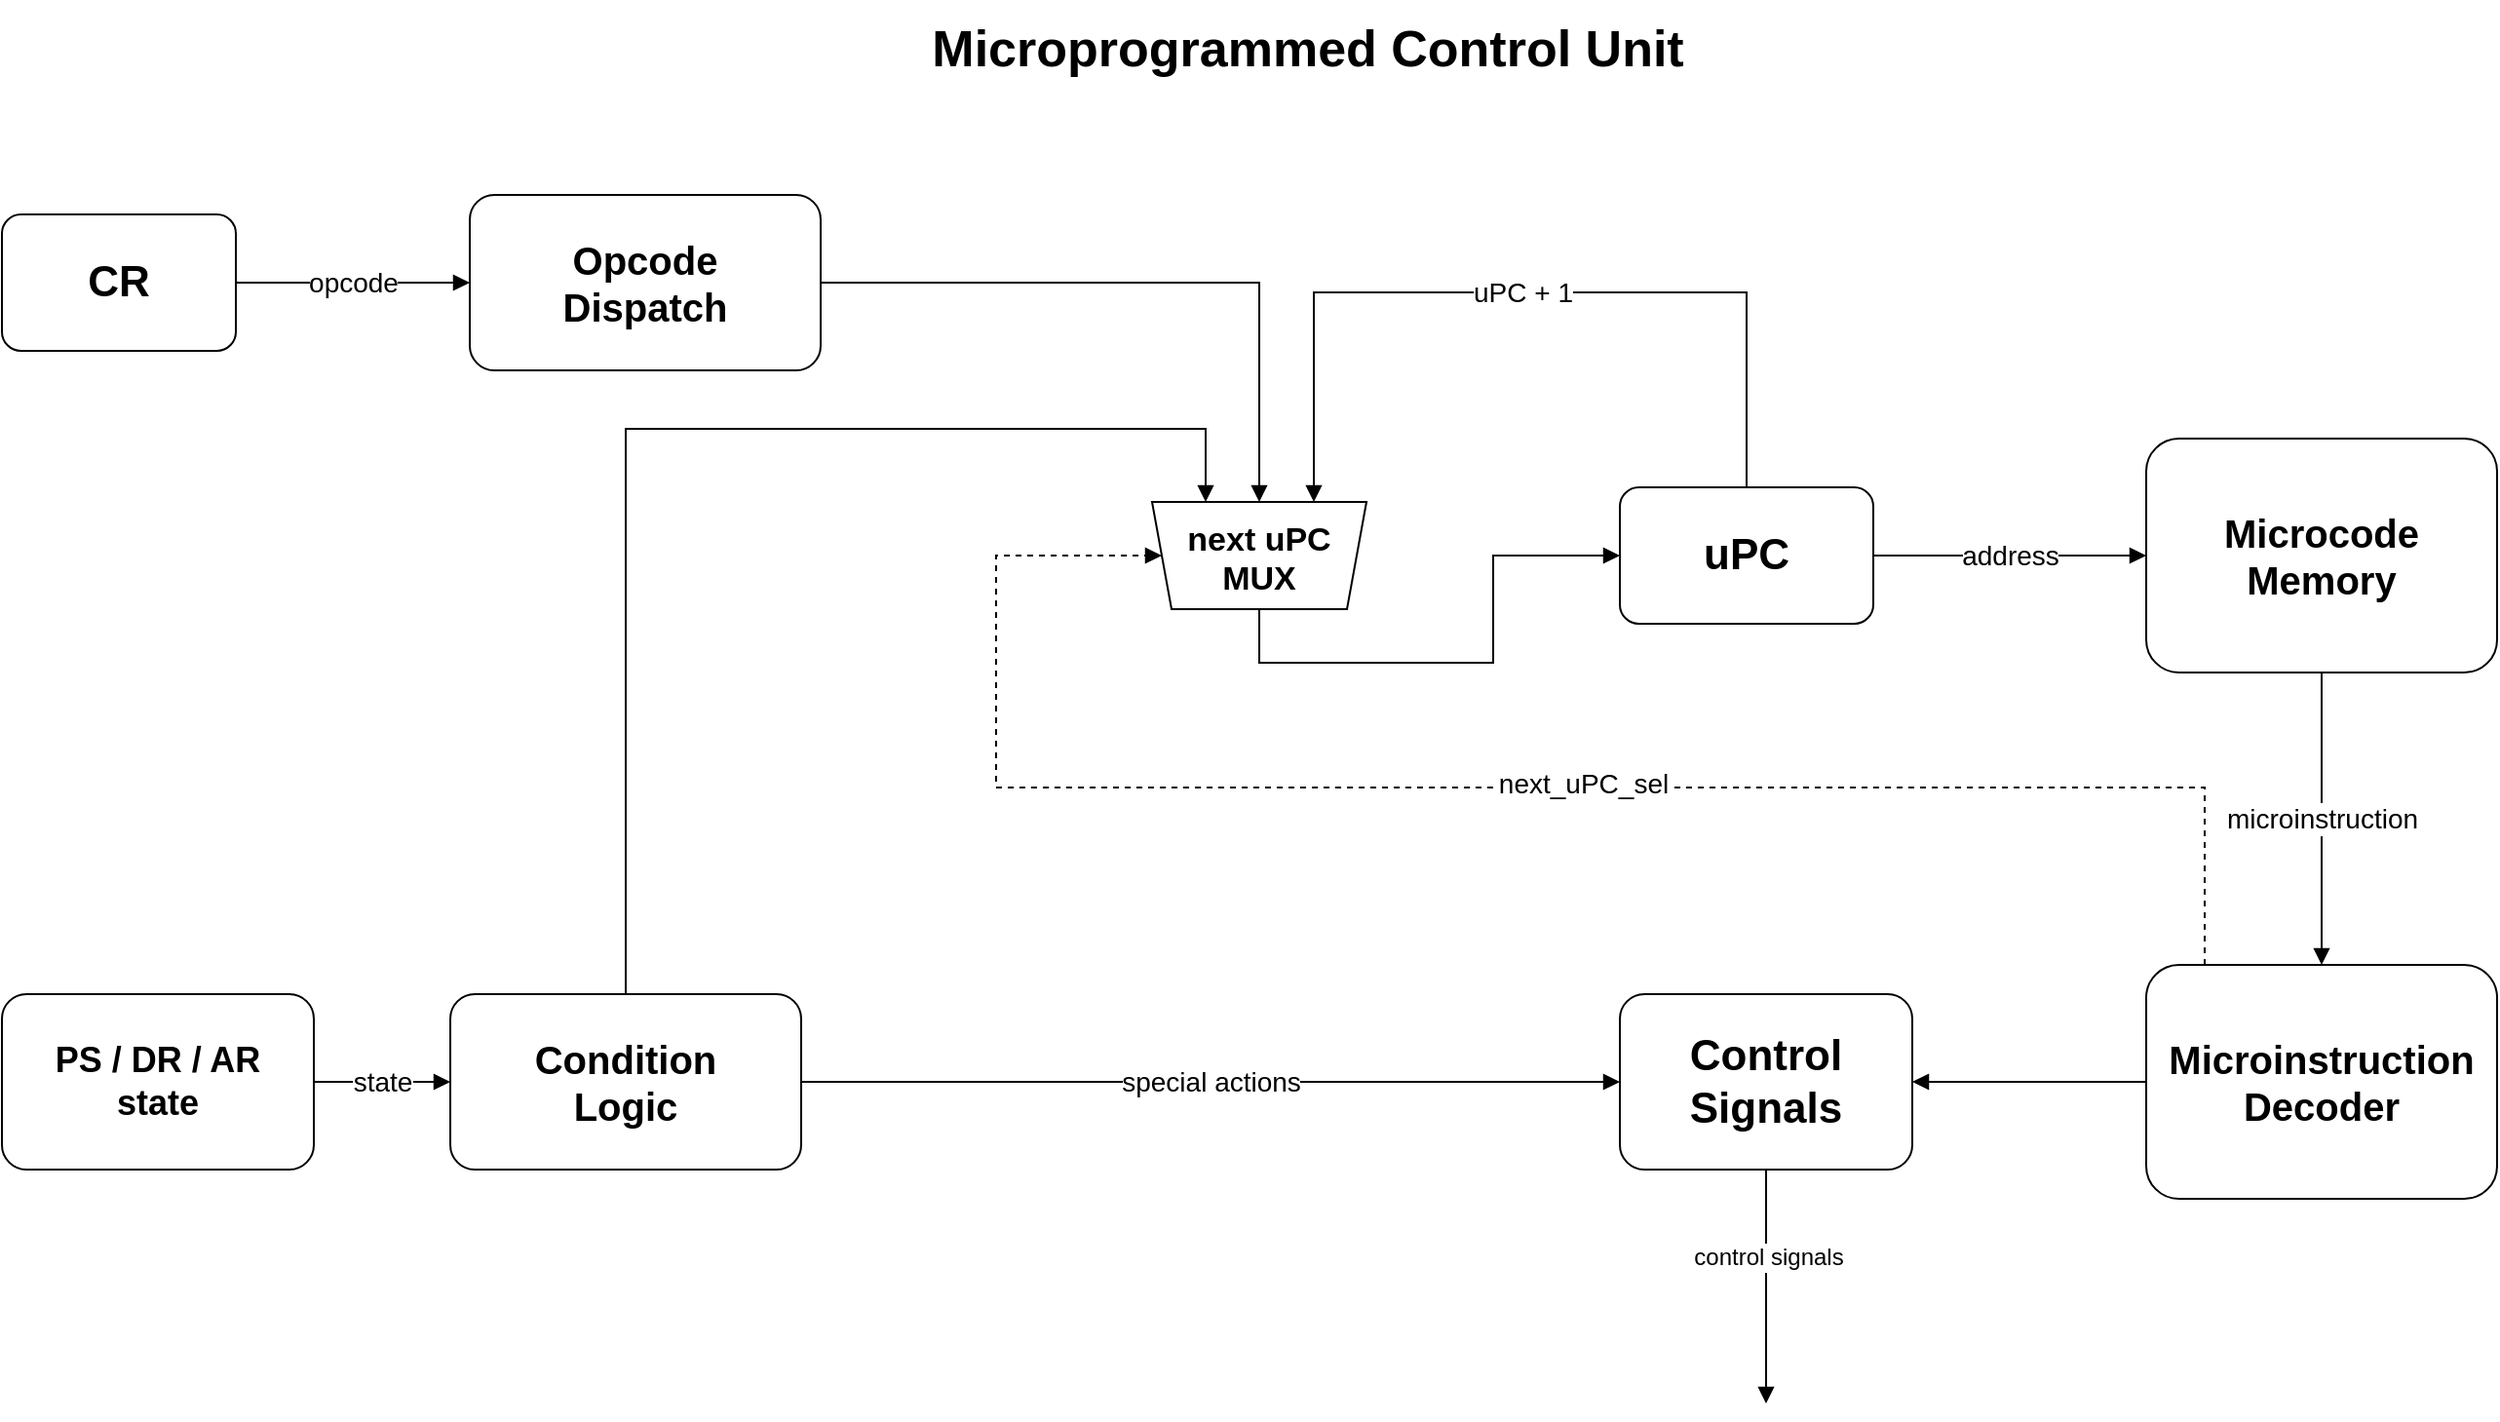
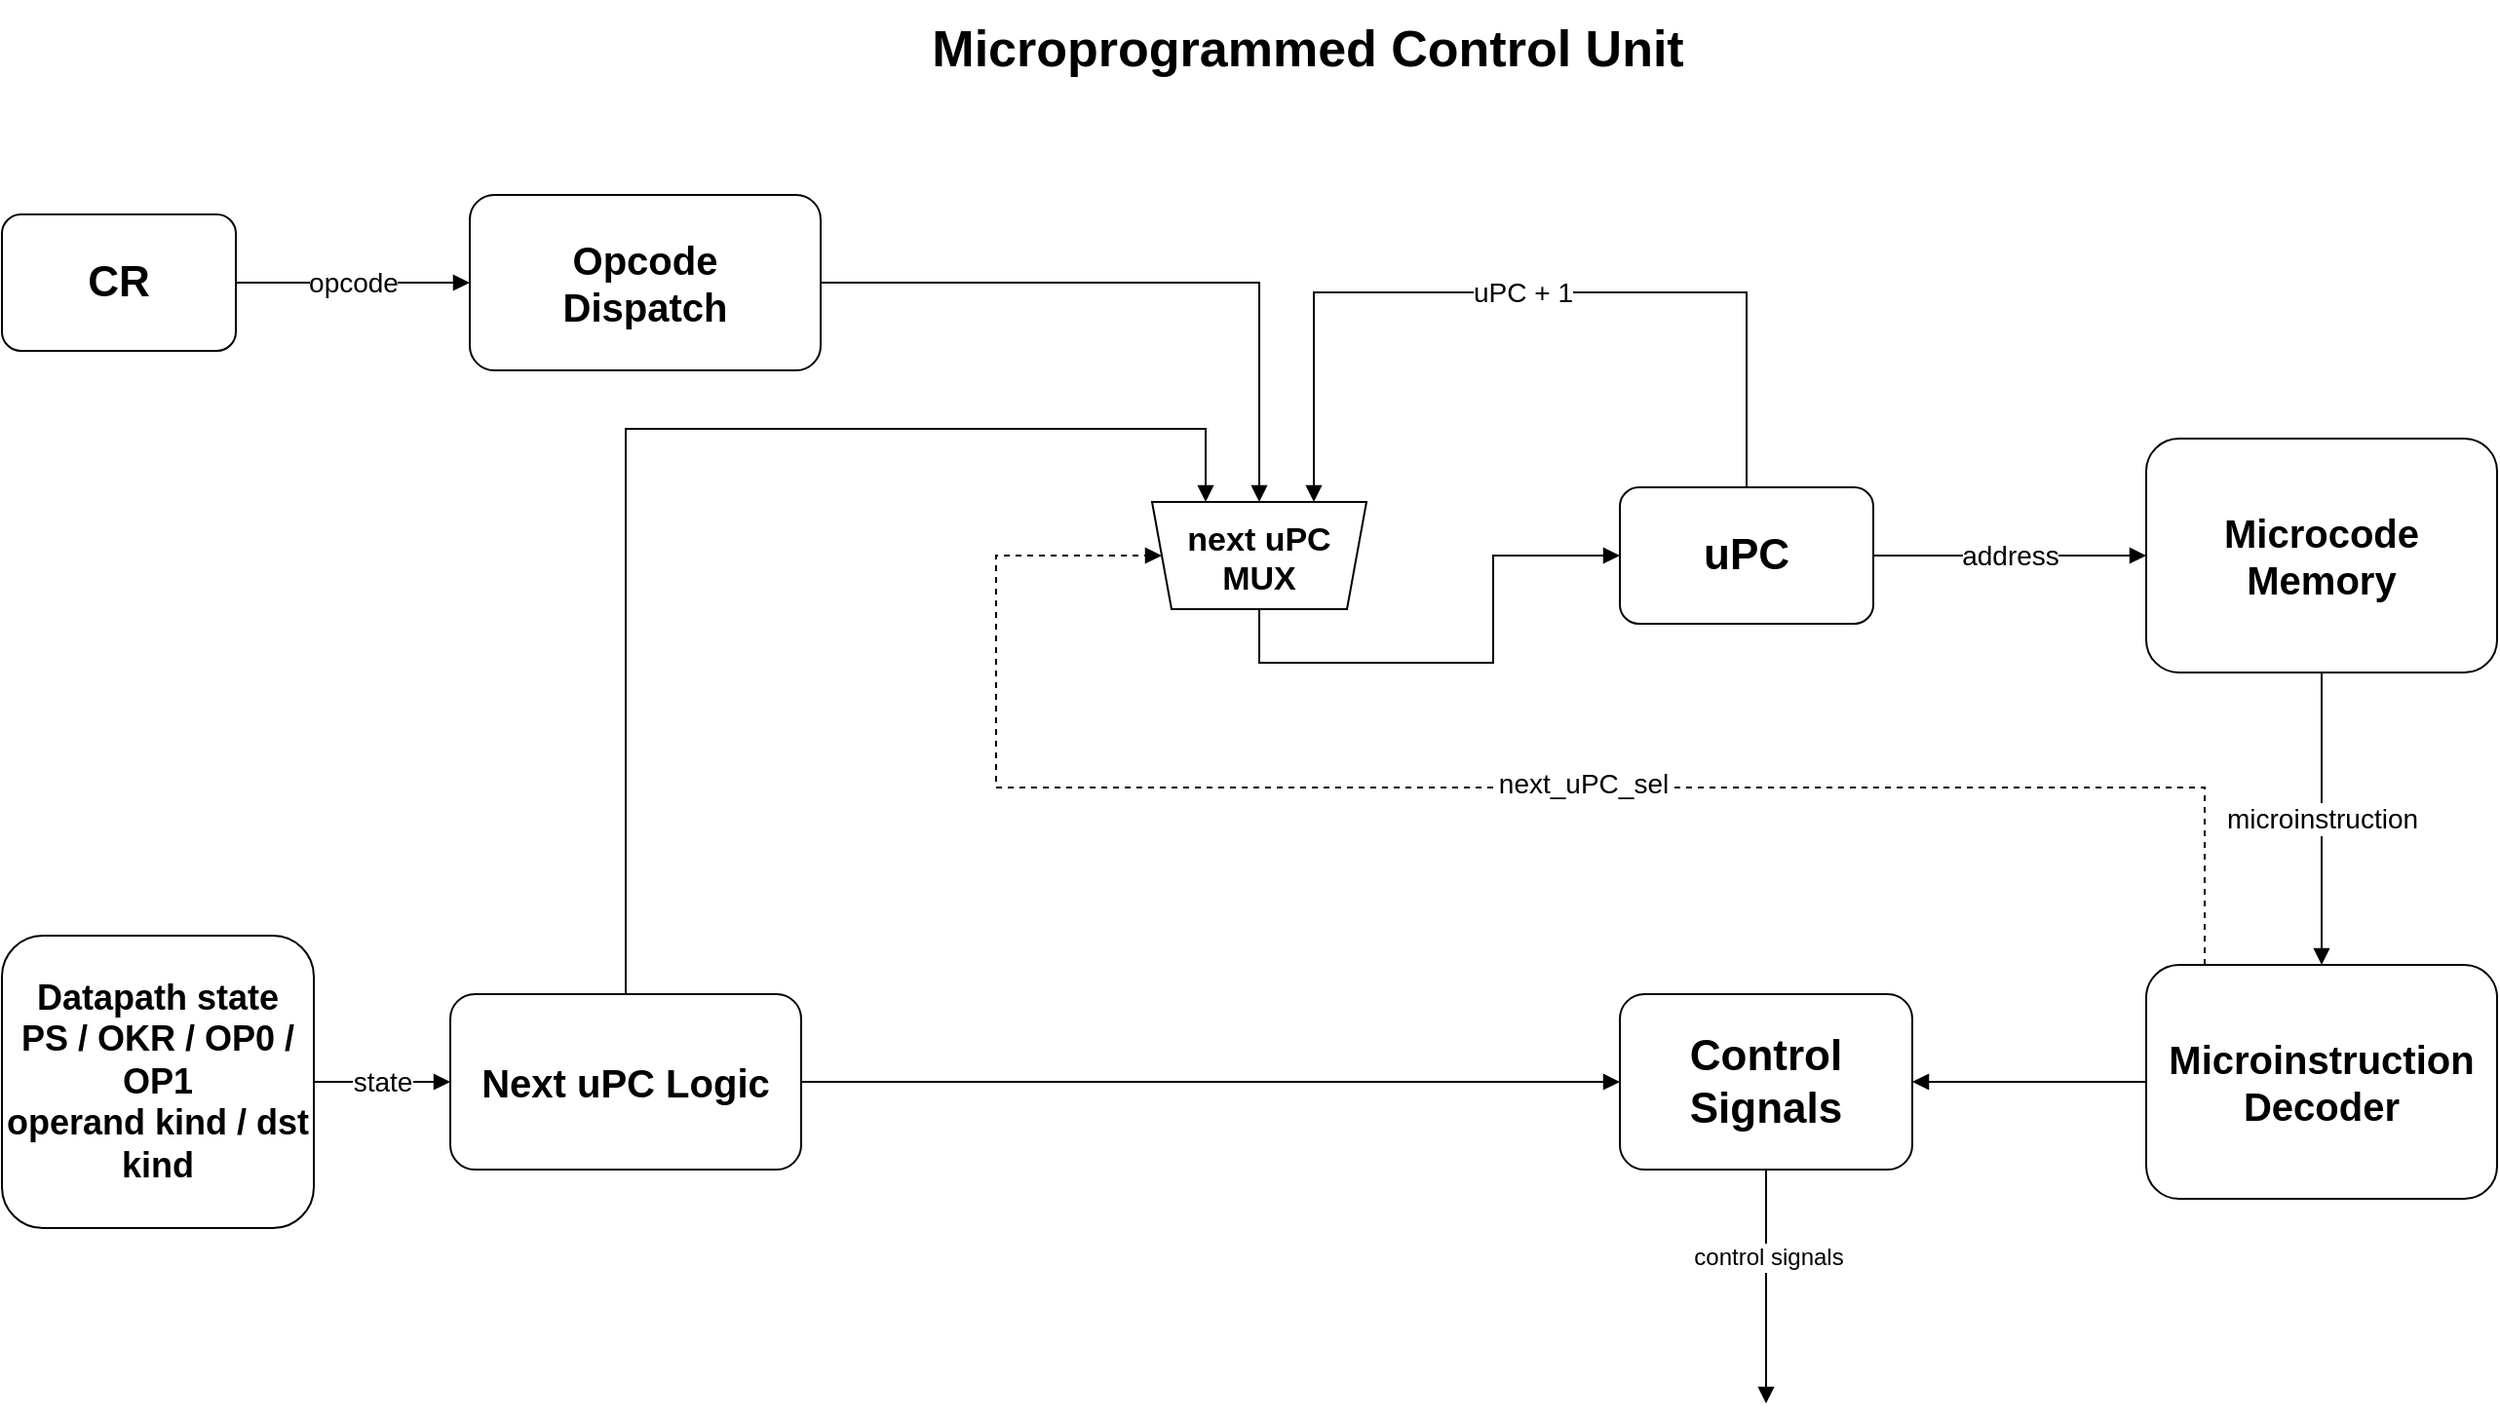
<mxfile host="app.diagrams.net" agent="Codex">
  <diagram id="ak4-cpu-control-unit-minimal" name="AK4 CPU control unit">
-     <mxGraphModel dx="1607" dy="1198" grid="1" gridSize="10" guides="1" tooltips="1" connect="1" arrows="1" fold="1" page="1" pageScale="1" pageWidth="1800" pageHeight="1000" math="0" shadow="0">
+     <mxGraphModel dx="610" dy="1798" grid="1" gridSize="10" guides="1" tooltips="1" connect="1" arrows="1" fold="1" page="1" pageScale="1" pageWidth="1800" pageHeight="1000" math="0" shadow="0">
      <root>
        <mxCell id="0" />
        <mxCell id="1" parent="0" />
-         <mxCell id="title" parent="1" style="text;html=1;strokeColor=none;fillColor=none;align=center;verticalAlign=middle;whiteSpace=wrap;rounded=0;fontSize=26;fontStyle=1;" value="Microprogrammed Control Unit" vertex="1">
-           <mxGeometry height="50" width="520" x="520" y="40" as="geometry" />
+         <mxCell id="z4laBqGvyvP1sTQJr1xD-25" parent="1" style="text;html=1;strokeColor=none;fillColor=none;align=center;verticalAlign=middle;whiteSpace=wrap;rounded=0;fontSize=26;fontStyle=1;" value="Microprogrammed Control Unit" vertex="1">
+           <mxGeometry height="50" width="520" x="2450" y="90" as="geometry" />
        </mxCell>
-         <mxCell id="cr" parent="1" style="rounded=1;arcSize=14;whiteSpace=wrap;html=1;fillColor=#ffffff;strokeColor=#000000;fontSize=22;fontStyle=1;" value="CR" vertex="1">
-           <mxGeometry height="70" width="120" x="110" y="150" as="geometry" />
+         <mxCell id="z4laBqGvyvP1sTQJr1xD-26" parent="1" style="rounded=1;arcSize=14;whiteSpace=wrap;html=1;fillColor=#ffffff;strokeColor=#000000;fontSize=22;fontStyle=1;" value="CR" vertex="1">
+           <mxGeometry height="70" width="120" x="2040" y="200" as="geometry" />
        </mxCell>
-         <mxCell id="dispatch" parent="1" style="rounded=1;arcSize=14;whiteSpace=wrap;html=1;fillColor=#ffffff;strokeColor=#000000;fontSize=20;fontStyle=1;" value="Opcode&lt;br&gt;Dispatch" vertex="1">
-           <mxGeometry height="90" width="180" x="350" y="140" as="geometry" />
+         <mxCell id="z4laBqGvyvP1sTQJr1xD-27" parent="1" style="rounded=1;arcSize=14;whiteSpace=wrap;html=1;fillColor=#ffffff;strokeColor=#000000;fontSize=20;fontStyle=1;" value="Opcode&lt;br&gt;Dispatch" vertex="1">
+           <mxGeometry height="90" width="180" x="2280" y="190" as="geometry" />
        </mxCell>
-         <mxCell id="upc" parent="1" style="rounded=1;arcSize=14;whiteSpace=wrap;html=1;fillColor=#ffffff;strokeColor=#000000;fontSize=22;fontStyle=1;" value="uPC" vertex="1">
-           <mxGeometry height="70" width="130" x="940" y="290" as="geometry" />
+         <mxCell id="z4laBqGvyvP1sTQJr1xD-28" parent="1" style="rounded=1;arcSize=14;whiteSpace=wrap;html=1;fillColor=#ffffff;strokeColor=#000000;fontSize=22;fontStyle=1;" value="uPC" vertex="1">
+           <mxGeometry height="70" width="130" x="2870" y="340" as="geometry" />
        </mxCell>
-         <mxCell id="microcode" parent="1" style="rounded=1;arcSize=14;whiteSpace=wrap;html=1;fillColor=#ffffff;strokeColor=#000000;fontSize=20;fontStyle=1;" value="Microcode&lt;br&gt;Memory" vertex="1">
-           <mxGeometry height="120" width="180" x="1210" y="265" as="geometry" />
+         <mxCell id="z4laBqGvyvP1sTQJr1xD-29" parent="1" style="rounded=1;arcSize=14;whiteSpace=wrap;html=1;fillColor=#ffffff;strokeColor=#000000;fontSize=20;fontStyle=1;" value="Microcode&lt;br&gt;Memory" vertex="1">
+           <mxGeometry height="120" width="180" x="3140" y="315" as="geometry" />
        </mxCell>
-         <mxCell id="decoder" parent="1" style="rounded=1;arcSize=14;whiteSpace=wrap;html=1;fillColor=#ffffff;strokeColor=#000000;fontSize=20;fontStyle=1;" value="Microinstruction&lt;br&gt;Decoder" vertex="1">
-           <mxGeometry height="120" width="180" x="1210" y="535" as="geometry" />
+         <mxCell id="z4laBqGvyvP1sTQJr1xD-30" parent="1" style="rounded=1;arcSize=14;whiteSpace=wrap;html=1;fillColor=#ffffff;strokeColor=#000000;fontSize=20;fontStyle=1;" value="Microinstruction&lt;br&gt;Decoder" vertex="1">
+           <mxGeometry height="120" width="180" x="3140" y="585" as="geometry" />
        </mxCell>
-         <mxCell id="signals" parent="1" style="rounded=1;arcSize=14;whiteSpace=wrap;html=1;fillColor=#ffffff;strokeColor=#000000;fontSize=22;fontStyle=1;" value="Control&lt;br&gt;Signals" vertex="1">
-           <mxGeometry height="90" width="150" x="940" y="550" as="geometry" />
+         <mxCell id="z4laBqGvyvP1sTQJr1xD-31" parent="1" style="rounded=1;arcSize=14;whiteSpace=wrap;html=1;fillColor=#ffffff;strokeColor=#000000;fontSize=22;fontStyle=1;" value="Control&lt;br&gt;Signals" vertex="1">
+           <mxGeometry height="90" width="150" x="2870" y="600" as="geometry" />
        </mxCell>
-         <mxCell id="flags" parent="1" style="rounded=1;arcSize=14;whiteSpace=wrap;html=1;fillColor=#ffffff;strokeColor=#000000;fontSize=18;fontStyle=1;" value="PS / DR / AR&lt;br&gt;state" vertex="1">
-           <mxGeometry height="90" width="160" x="110" y="550" as="geometry" />
+         <mxCell id="z4laBqGvyvP1sTQJr1xD-32" parent="1" style="rounded=1;arcSize=14;whiteSpace=wrap;html=1;fillColor=#ffffff;strokeColor=#000000;fontSize=18;fontStyle=1;" value="&lt;div&gt;Datapath state&lt;/div&gt;&lt;div&gt;PS / OKR / OP0 / OP1&lt;/div&gt;&lt;div&gt;operand kind / dst kind&lt;/div&gt;" vertex="1">
+           <mxGeometry height="150" width="160" x="2040" y="570" as="geometry" />
        </mxCell>
-         <mxCell id="cond" parent="1" style="rounded=1;arcSize=14;whiteSpace=wrap;html=1;fillColor=#ffffff;strokeColor=#000000;fontSize=20;fontStyle=1;" value="Condition&lt;br&gt;Logic" vertex="1">
-           <mxGeometry height="90" width="180" x="340" y="550" as="geometry" />
+         <mxCell id="z4laBqGvyvP1sTQJr1xD-33" parent="1" style="rounded=1;arcSize=14;whiteSpace=wrap;html=1;fillColor=#ffffff;strokeColor=#000000;fontSize=20;fontStyle=1;" value="&lt;div&gt;Next uPC Logic&lt;/div&gt;" vertex="1">
+           <mxGeometry height="90" width="180" x="2270" y="600" as="geometry" />
        </mxCell>
-         <mxCell id="e1" edge="1" parent="1" source="cr" style="edgeStyle=orthogonalEdgeStyle;rounded=0;html=1;endArrow=block;endFill=1;fontSize=14;" target="dispatch" value="opcode">
+         <mxCell id="z4laBqGvyvP1sTQJr1xD-34" edge="1" parent="1" source="z4laBqGvyvP1sTQJr1xD-26" style="edgeStyle=orthogonalEdgeStyle;rounded=0;html=1;endArrow=block;endFill=1;fontSize=14;" target="z4laBqGvyvP1sTQJr1xD-27" value="opcode">
          <mxGeometry relative="1" as="geometry" />
        </mxCell>
-         <mxCell id="e2" edge="1" parent="1" source="dispatch" style="edgeStyle=orthogonalEdgeStyle;rounded=0;html=1;endArrow=block;endFill=1;fontSize=14;entryX=0.5;entryY=1;entryDx=0;entryDy=0;" target="uv2CyL8C9SkEQhJmR_PM-1" value="">
+         <mxCell id="z4laBqGvyvP1sTQJr1xD-35" edge="1" parent="1" source="z4laBqGvyvP1sTQJr1xD-27" style="edgeStyle=orthogonalEdgeStyle;rounded=0;html=1;endArrow=block;endFill=1;fontSize=14;entryX=0.5;entryY=1;entryDx=0;entryDy=0;" target="z4laBqGvyvP1sTQJr1xD-46" value="">
          <mxGeometry relative="1" as="geometry">
            <Array as="points">
-               <mxPoint x="755" y="185" />
+               <mxPoint x="2685" y="235" />
            </Array>
-             <mxPoint x="755" y="260" as="targetPoint" />
+             <mxPoint x="2685" y="310" as="targetPoint" />
          </mxGeometry>
        </mxCell>
-         <mxCell id="e3" edge="1" parent="1" source="uv2CyL8C9SkEQhJmR_PM-1" style="edgeStyle=orthogonalEdgeStyle;rounded=0;html=1;endArrow=block;endFill=1;exitX=0.5;exitY=0;exitDx=0;exitDy=0;" target="upc" value="">
+         <mxCell id="z4laBqGvyvP1sTQJr1xD-36" edge="1" parent="1" source="z4laBqGvyvP1sTQJr1xD-46" style="edgeStyle=orthogonalEdgeStyle;rounded=0;html=1;endArrow=block;endFill=1;exitX=0.5;exitY=0;exitDx=0;exitDy=0;" target="z4laBqGvyvP1sTQJr1xD-28" value="">
          <mxGeometry relative="1" as="geometry">
            <Array as="points">
-               <mxPoint x="755" y="380" />
-               <mxPoint x="875" y="380" />
-               <mxPoint x="875" y="325" />
+               <mxPoint x="2685" y="430" />
+               <mxPoint x="2805" y="430" />
+               <mxPoint x="2805" y="375" />
            </Array>
-             <mxPoint x="806" y="325" as="sourcePoint" />
+             <mxPoint x="2736" y="375" as="sourcePoint" />
          </mxGeometry>
        </mxCell>
-         <mxCell id="e4" edge="1" parent="1" source="upc" style="edgeStyle=orthogonalEdgeStyle;rounded=0;html=1;endArrow=block;endFill=1;fontSize=14;" target="microcode" value="address">
+         <mxCell id="z4laBqGvyvP1sTQJr1xD-37" edge="1" parent="1" source="z4laBqGvyvP1sTQJr1xD-28" style="edgeStyle=orthogonalEdgeStyle;rounded=0;html=1;endArrow=block;endFill=1;fontSize=14;" target="z4laBqGvyvP1sTQJr1xD-29" value="address">
          <mxGeometry relative="1" as="geometry" />
        </mxCell>
-         <mxCell id="e5" edge="1" parent="1" source="microcode" style="edgeStyle=orthogonalEdgeStyle;rounded=0;html=1;endArrow=block;endFill=1;fontSize=14;" target="decoder" value="microinstruction">
+         <mxCell id="z4laBqGvyvP1sTQJr1xD-38" edge="1" parent="1" source="z4laBqGvyvP1sTQJr1xD-29" style="edgeStyle=orthogonalEdgeStyle;rounded=0;html=1;endArrow=block;endFill=1;fontSize=14;" target="z4laBqGvyvP1sTQJr1xD-30" value="microinstruction">
          <mxGeometry relative="1" as="geometry">
            <Array as="points">
-               <mxPoint x="1300" y="455" />
+               <mxPoint x="3230" y="505" />
            </Array>
          </mxGeometry>
        </mxCell>
-         <mxCell id="e6" edge="1" parent="1" source="decoder" style="edgeStyle=orthogonalEdgeStyle;rounded=0;html=1;endArrow=block;endFill=1;" target="signals" value="">
+         <mxCell id="z4laBqGvyvP1sTQJr1xD-39" edge="1" parent="1" source="z4laBqGvyvP1sTQJr1xD-30" style="edgeStyle=orthogonalEdgeStyle;rounded=0;html=1;endArrow=block;endFill=1;" target="z4laBqGvyvP1sTQJr1xD-31" value="">
          <mxGeometry relative="1" as="geometry" />
        </mxCell>
-         <mxCell id="e7" edge="1" parent="1" source="signals" style="edgeStyle=orthogonalEdgeStyle;rounded=0;html=1;endArrow=block;endFill=1;" value="">
+         <mxCell id="z4laBqGvyvP1sTQJr1xD-40" edge="1" parent="1" source="z4laBqGvyvP1sTQJr1xD-31" style="edgeStyle=orthogonalEdgeStyle;rounded=0;html=1;endArrow=block;endFill=1;" value="">
          <mxGeometry relative="1" as="geometry">
-             <mxPoint x="1015" y="760" as="targetPoint" />
+             <mxPoint x="2945" y="810" as="targetPoint" />
          </mxGeometry>
        </mxCell>
-         <mxCell id="uv2CyL8C9SkEQhJmR_PM-2" connectable="0" parent="e7" style="edgeLabel;html=1;align=center;verticalAlign=middle;resizable=0;points=[];fontSize=12;" value="control signals" vertex="1">
+         <mxCell id="z4laBqGvyvP1sTQJr1xD-41" connectable="0" parent="z4laBqGvyvP1sTQJr1xD-40" style="edgeLabel;html=1;align=center;verticalAlign=middle;resizable=0;points=[];fontSize=12;" value="control signals" vertex="1">
          <mxGeometry relative="1" x="-0.2583" y="1" as="geometry">
            <mxPoint as="offset" />
          </mxGeometry>
        </mxCell>
-         <mxCell id="e9" edge="1" parent="1" source="flags" style="edgeStyle=orthogonalEdgeStyle;rounded=0;html=1;endArrow=block;endFill=1;fontSize=14;" target="cond" value="state">
+         <mxCell id="z4laBqGvyvP1sTQJr1xD-42" edge="1" parent="1" source="z4laBqGvyvP1sTQJr1xD-32" style="edgeStyle=orthogonalEdgeStyle;rounded=0;html=1;endArrow=block;endFill=1;fontSize=14;" target="z4laBqGvyvP1sTQJr1xD-33" value="state">
          <mxGeometry relative="1" as="geometry" />
        </mxCell>
-         <mxCell id="e10" edge="1" parent="1" source="cond" style="edgeStyle=orthogonalEdgeStyle;rounded=0;html=1;endArrow=block;endFill=1;fontSize=14;entryX=0.75;entryY=1;entryDx=0;entryDy=0;exitX=0.5;exitY=0;exitDx=0;exitDy=0;" target="uv2CyL8C9SkEQhJmR_PM-1" value="">
+         <mxCell id="z4laBqGvyvP1sTQJr1xD-43" edge="1" parent="1" source="z4laBqGvyvP1sTQJr1xD-33" style="edgeStyle=orthogonalEdgeStyle;rounded=0;html=1;endArrow=block;endFill=1;fontSize=14;entryX=0.75;entryY=1;entryDx=0;entryDy=0;exitX=0.5;exitY=0;exitDx=0;exitDy=0;" target="z4laBqGvyvP1sTQJr1xD-46" value="">
          <mxGeometry relative="1" as="geometry">
            <Array as="points">
-               <mxPoint x="430" y="260" />
-               <mxPoint x="728" y="260" />
+               <mxPoint x="2360" y="310" />
+               <mxPoint x="2658" y="310" />
            </Array>
-             <mxPoint x="698.5958041958042" y="350.090909090909" as="targetPoint" />
+             <mxPoint x="2628.5958041958042" y="400.090909090909" as="targetPoint" />
          </mxGeometry>
        </mxCell>
-         <mxCell id="e11" edge="1" parent="1" source="cond" style="edgeStyle=orthogonalEdgeStyle;rounded=0;html=1;endArrow=block;endFill=1;fontSize=14;jumpStyle=arc;exitX=1;exitY=0.5;exitDx=0;exitDy=0;" target="signals" value="special actions">
-           <mxGeometry relative="1" as="geometry">
+         <mxCell id="z4laBqGvyvP1sTQJr1xD-44" edge="1" parent="1" source="z4laBqGvyvP1sTQJr1xD-33" style="edgeStyle=orthogonalEdgeStyle;rounded=0;html=1;endArrow=block;endFill=1;fontSize=14;jumpStyle=arc;exitX=1;exitY=0.5;exitDx=0;exitDy=0;" target="z4laBqGvyvP1sTQJr1xD-31" value="">
+           <mxGeometry relative="1" x="0.0032" as="geometry">
+             <mxPoint as="offset" />
            <Array as="points">
-               <mxPoint x="630" y="595" />
-               <mxPoint x="630" y="595" />
+               <mxPoint x="2560" y="645" />
+               <mxPoint x="2560" y="645" />
            </Array>
          </mxGeometry>
        </mxCell>
-         <mxCell id="e12" edge="1" parent="1" source="upc" style="edgeStyle=orthogonalEdgeStyle;rounded=0;html=1;endArrow=block;endFill=1;fontSize=14;entryX=0.25;entryY=1;entryDx=0;entryDy=0;" target="uv2CyL8C9SkEQhJmR_PM-1" value="uPC + 1">
+         <mxCell id="z4laBqGvyvP1sTQJr1xD-45" edge="1" parent="1" source="z4laBqGvyvP1sTQJr1xD-28" style="edgeStyle=orthogonalEdgeStyle;rounded=0;html=1;endArrow=block;endFill=1;fontSize=14;entryX=0.25;entryY=1;entryDx=0;entryDy=0;" target="z4laBqGvyvP1sTQJr1xD-46" value="uPC + 1">
          <mxGeometry relative="1" as="geometry">
            <Array as="points">
-               <mxPoint x="1005" y="190" />
-               <mxPoint x="783" y="190" />
-               <mxPoint x="783" y="298" />
+               <mxPoint x="2935" y="240" />
+               <mxPoint x="2713" y="240" />
+               <mxPoint x="2713" y="348" />
            </Array>
-             <mxPoint x="755" y="260" as="targetPoint" />
+             <mxPoint x="2685" y="310" as="targetPoint" />
          </mxGeometry>
        </mxCell>
-         <mxCell id="uv2CyL8C9SkEQhJmR_PM-1" parent="1" style="shape=trapezoid;perimeter=trapezoidPerimeter;fixedSize=1;size=10;direction=west;strokeWidth=1;fontSize=17;fontStyle=1" value="next uPC&#xa;MUX" vertex="1">
-           <mxGeometry height="55" width="110" x="700" y="297.5" as="geometry" />
+         <mxCell id="z4laBqGvyvP1sTQJr1xD-46" parent="1" style="shape=trapezoid;perimeter=trapezoidPerimeter;fixedSize=1;size=10;direction=west;strokeWidth=1;fontSize=17;fontStyle=1" value="next uPC&#xa;MUX" vertex="1">
+           <mxGeometry height="55" width="110" x="2630" y="347.5" as="geometry" />
        </mxCell>
-         <mxCell id="uv2CyL8C9SkEQhJmR_PM-3" edge="1" parent="1" style="edgeStyle=orthogonalEdgeStyle;rounded=0;html=1;endArrow=block;endFill=1;entryX=1;entryY=0.5;entryDx=0;entryDy=0;dashed=1;" target="uv2CyL8C9SkEQhJmR_PM-1" value="">
+         <mxCell id="z4laBqGvyvP1sTQJr1xD-47" edge="1" parent="1" style="edgeStyle=orthogonalEdgeStyle;rounded=0;html=1;endArrow=block;endFill=1;entryX=1;entryY=0.5;entryDx=0;entryDy=0;dashed=1;" target="z4laBqGvyvP1sTQJr1xD-46" value="">
          <mxGeometry relative="1" as="geometry">
            <Array as="points">
-               <mxPoint x="1240" y="535" />
-               <mxPoint x="1240" y="444" />
-               <mxPoint x="620" y="444" />
-               <mxPoint x="620" y="325" />
+               <mxPoint x="3170" y="585" />
+               <mxPoint x="3170" y="494" />
+               <mxPoint x="2550" y="494" />
+               <mxPoint x="2550" y="375" />
            </Array>
-             <mxPoint x="1240" y="535" as="sourcePoint" />
-             <mxPoint x="600" y="380" as="targetPoint" />
+             <mxPoint x="3170" y="585" as="sourcePoint" />
+             <mxPoint x="2530" y="430" as="targetPoint" />
          </mxGeometry>
        </mxCell>
-         <mxCell id="uv2CyL8C9SkEQhJmR_PM-4" connectable="0" parent="uv2CyL8C9SkEQhJmR_PM-3" style="edgeLabel;html=1;align=center;verticalAlign=middle;resizable=0;points=[];fontSize=12;" value="&lt;font style=&quot;font-size: 14px;&quot;&gt;next_uPC_sel&lt;/font&gt;" vertex="1">
+         <mxCell id="z4laBqGvyvP1sTQJr1xD-48" connectable="0" parent="z4laBqGvyvP1sTQJr1xD-47" style="edgeLabel;html=1;align=center;verticalAlign=middle;resizable=0;points=[];fontSize=12;" value="&lt;font style=&quot;font-size: 14px;&quot;&gt;next_uPC_sel&lt;/font&gt;" vertex="1">
          <mxGeometry relative="1" x="-0.1016" y="-2" as="geometry">
            <mxPoint x="1" as="offset" />
          </mxGeometry>
        </mxCell>
      </root>
    </mxGraphModel>
  </diagram>
</mxfile>
